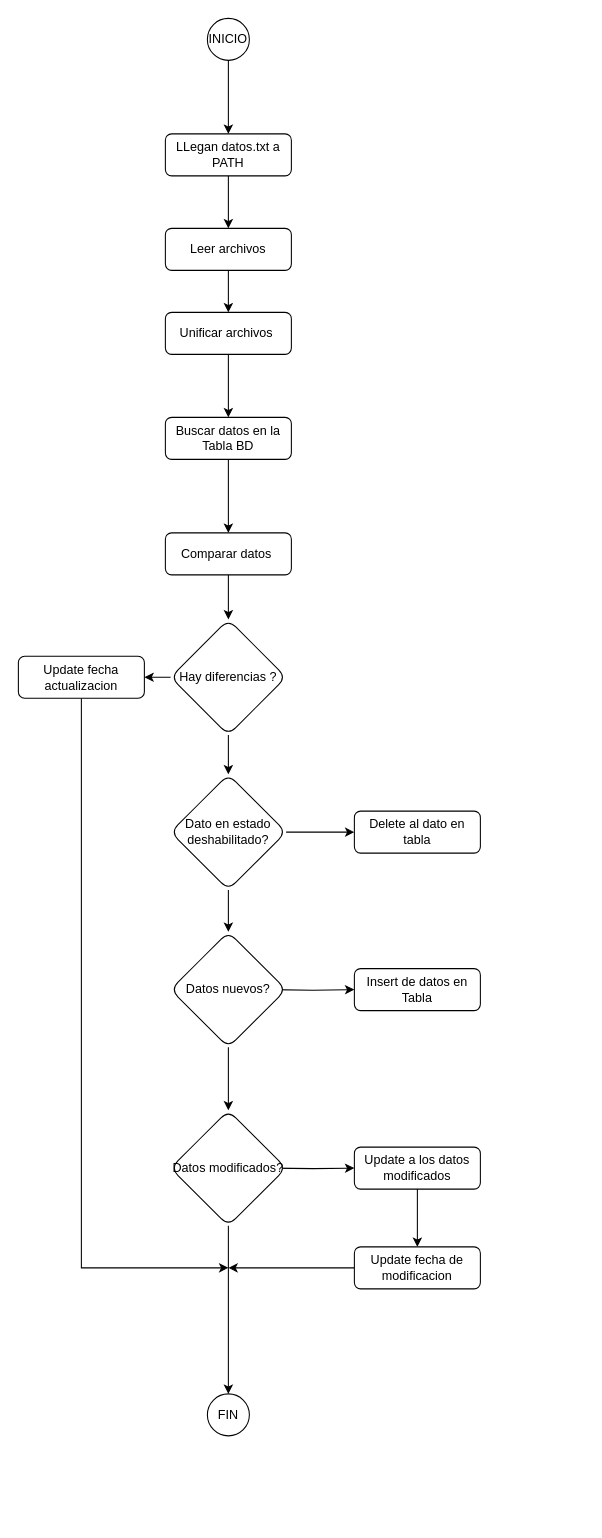
Earlier version of the draw.io diagram Untitled Diagram.drawio (javaferso/VeticalCare). Source tidied: cells renumbered, new cells numbered last; positions are measured from the earlier drawing's top-left corner, leaving out a move shared by most shapes. Both pictures are drawn from the tidied source at 105%, with x=0, y=0 at pixel (18, 18).
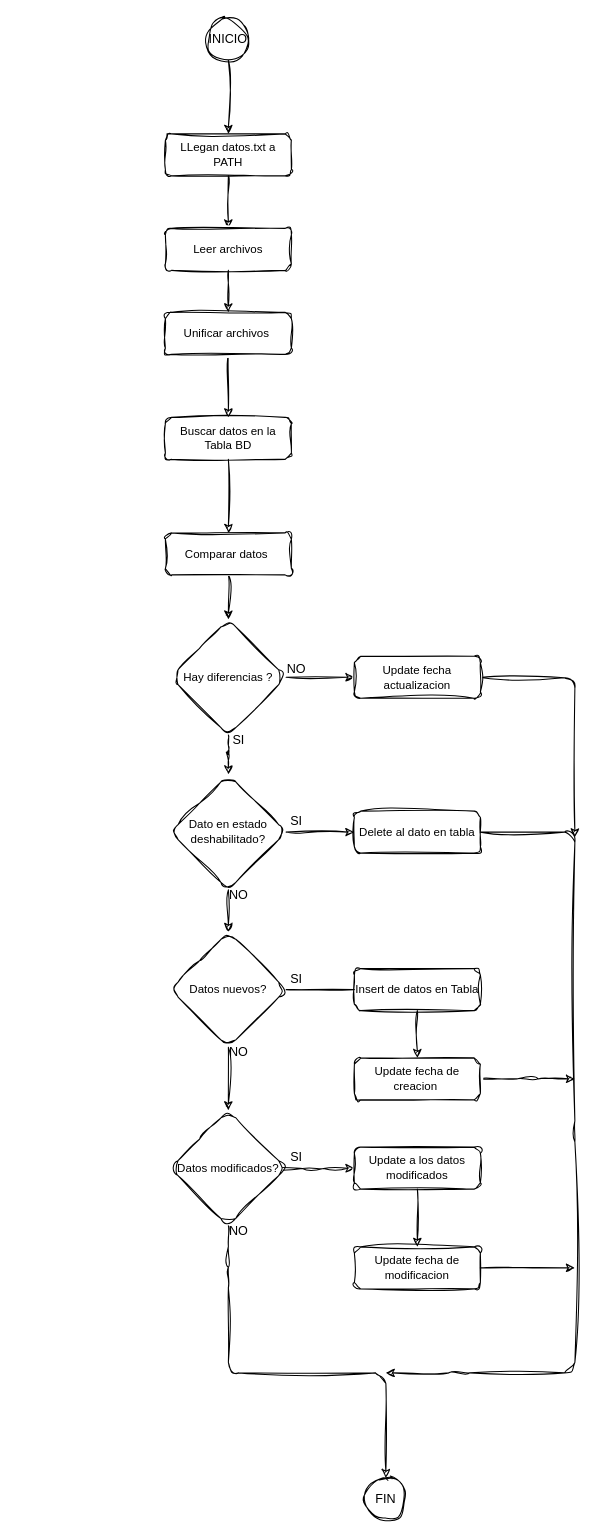
After the change.

What changed in the source:
```diff
@@
-    <mxCell id="2" style="edgeStyle=orthogonalEdgeStyle;rounded=0;jettySize=auto;html=1;labelBackgroundColor=none;fontColor=default;" parent="1" edge="1" source="3" target="5">
+    <mxCell id="2" style="edgeStyle=orthogonalEdgeStyle;rounded=1;jettySize=auto;html=1;labelBackgroundColor=none;fontColor=default;sketch=1;curveFitting=1;jiggle=2;" parent="1" edge="1" source="3" target="5">
       <mxGeometry relative="1" as="geometry" />
     </mxCell>
-    <mxCell id="3" value="LLegan datos.txt a PATH" style="rounded=1;whiteSpace=wrap;html=1;fontSize=12;glass=0;strokeWidth=1;shadow=0;labelBackgroundColor=none;" parent="1" vertex="1">
+    <mxCell id="3" value="LLegan datos.txt a PATH" style="rounded=1;whiteSpace=wrap;html=1;fontSize=11;glass=0;strokeWidth=1;shadow=0;labelBackgroundColor=none;sketch=1;curveFitting=1;jiggle=2;" parent="1" vertex="1">
       <mxGeometry x="140" y="110" width="120" height="40" as="geometry" />
     </mxCell>
-    <mxCell id="4" style="edgeStyle=orthogonalEdgeStyle;rounded=0;jettySize=auto;html=1;labelBackgroundColor=none;fontColor=default;" parent="1" edge="1" source="5" target="9">
+    <mxCell id="4" style="edgeStyle=orthogonalEdgeStyle;rounded=1;jettySize=auto;html=1;labelBackgroundColor=none;fontColor=default;sketch=1;curveFitting=1;jiggle=2;" parent="1" edge="1" source="5" target="9">
       <mxGeometry relative="1" as="geometry" />
     </mxCell>
-    <mxCell id="5" value="Leer archivos" style="rounded=1;whiteSpace=wrap;html=1;fontSize=12;glass=0;strokeWidth=1;shadow=0;labelBackgroundColor=none;" parent="1" vertex="1">
+    <mxCell id="5" value="Leer archivos" style="rounded=1;whiteSpace=wrap;html=1;fontSize=11;glass=0;strokeWidth=1;shadow=0;labelBackgroundColor=none;sketch=1;curveFitting=1;jiggle=2;" parent="1" vertex="1">
       <mxGeometry x="140" y="200" width="120" height="40" as="geometry" />
     </mxCell>
-    <mxCell id="6" style="edgeStyle=orthogonalEdgeStyle;rounded=0;jettySize=auto;html=1;labelBackgroundColor=none;fontColor=default;" parent="1" edge="1" source="7" target="11">
+    <mxCell id="6" style="edgeStyle=orthogonalEdgeStyle;rounded=1;jettySize=auto;html=1;labelBackgroundColor=none;fontColor=default;sketch=1;curveFitting=1;jiggle=2;" parent="1" edge="1" source="7" target="11">
       <mxGeometry relative="1" as="geometry" />
     </mxCell>
-    <mxCell id="7" value="Buscar datos en la Tabla BD" style="rounded=1;whiteSpace=wrap;html=1;fontSize=12;glass=0;strokeWidth=1;shadow=0;labelBackgroundColor=none;" parent="1" vertex="1">
+    <mxCell id="7" value="Buscar datos en la Tabla BD" style="rounded=1;whiteSpace=wrap;html=1;fontSize=11;glass=0;strokeWidth=1;shadow=0;labelBackgroundColor=none;sketch=1;curveFitting=1;jiggle=2;" parent="1" vertex="1">
       <mxGeometry x="140" y="380" width="120" height="40" as="geometry" />
     </mxCell>
-    <mxCell id="8" style="edgeStyle=orthogonalEdgeStyle;rounded=0;jettySize=auto;html=1;entryX=0.5;entryY=0;entryDx=0;entryDy=0;labelBackgroundColor=none;fontColor=default;" parent="1" edge="1" source="9" target="7">
+    <mxCell id="8" style="edgeStyle=orthogonalEdgeStyle;rounded=1;jettySize=auto;html=1;entryX=0.5;entryY=0;entryDx=0;entryDy=0;labelBackgroundColor=none;fontColor=default;sketch=1;curveFitting=1;jiggle=2;" parent="1" edge="1" source="9" target="7">
       <mxGeometry relative="1" as="geometry" />
     </mxCell>
-    <mxCell id="9" value="Unificar archivos&amp;nbsp;" style="rounded=1;whiteSpace=wrap;html=1;fontSize=12;glass=0;strokeWidth=1;shadow=0;labelBackgroundColor=none;" parent="1" vertex="1">
+    <mxCell id="9" value="Unificar archivos&amp;nbsp;" style="rounded=1;whiteSpace=wrap;html=1;fontSize=11;glass=0;strokeWidth=1;shadow=0;labelBackgroundColor=none;sketch=1;curveFitting=1;jiggle=2;" parent="1" vertex="1">
       <mxGeometry x="140" y="280" width="120" height="40" as="geometry" />
     </mxCell>
-    <mxCell id="10" style="edgeStyle=orthogonalEdgeStyle;rounded=0;jettySize=auto;html=1;labelBackgroundColor=none;fontColor=default;" parent="1" edge="1" source="11" target="14">
+    <mxCell id="10" style="edgeStyle=orthogonalEdgeStyle;rounded=1;jettySize=auto;html=1;labelBackgroundColor=none;fontColor=default;sketch=1;curveFitting=1;jiggle=2;" parent="1" edge="1" source="11" target="14">
       <mxGeometry relative="1" as="geometry" />
     </mxCell>
-    <mxCell id="11" value="Comparar datos&amp;nbsp;" style="whiteSpace=wrap;html=1;rounded=1;glass=0;strokeWidth=1;shadow=0;labelBackgroundColor=none;" parent="1" vertex="1">
+    <mxCell id="11" value="Comparar datos&amp;nbsp;" style="whiteSpace=wrap;html=1;rounded=1;glass=0;strokeWidth=1;shadow=0;labelBackgroundColor=none;fontSize=11;sketch=1;curveFitting=1;jiggle=2;" parent="1" vertex="1">
       <mxGeometry x="140" y="490" width="120" height="40" as="geometry" />
     </mxCell>
+    <mxCell id="13" style="edgeStyle=orthogonalEdgeStyle;rounded=1;jettySize=auto;html=1;entryX=0.5;entryY=0;entryDx=0;entryDy=0;sketch=1;curveFitting=1;jiggle=2;labelBackgroundColor=none;fontColor=default;" parent="1" edge="1" source="14" target="17">
+      <mxGeometry relative="1" as="geometry" />
+    </mxCell>
-    <mxCell id="12" style="edgeStyle=orthogonalEdgeStyle;rounded=0;jettySize=auto;html=1;entryX=1;entryY=0.5;entryDx=0;entryDy=0;fontColor=#6666FF;" parent="1" edge="1" source="14" target="27">
+    <mxCell id="12" style="edgeStyle=none;rounded=1;jettySize=auto;html=1;entryX=0;entryY=0.5;entryDx=0;entryDy=0;fontColor=default;sketch=1;curveFitting=1;jiggle=2;labelBackgroundColor=none;" parent="1" edge="1" source="14" target="27">
       <mxGeometry relative="1" as="geometry" />
     </mxCell>
-    <mxCell id="13" style="edgeStyle=orthogonalEdgeStyle;rounded=0;jettySize=auto;html=1;entryX=0.5;entryY=0;entryDx=0;entryDy=0;" parent="1" edge="1" source="14" target="17">
-      <mxGeometry relative="1" as="geometry" />
-    </mxCell>
-    <mxCell id="14" value="Hay diferencias ?" style="rhombus;whiteSpace=wrap;html=1;rounded=1;glass=0;strokeWidth=1;shadow=0;labelBackgroundColor=none;" parent="1" vertex="1">
+    <mxCell id="14" value="Hay diferencias ?" style="rhombus;whiteSpace=wrap;html=1;rounded=1;glass=0;strokeWidth=1;shadow=0;labelBackgroundColor=none;fontSize=11;sketch=1;curveFitting=1;jiggle=2;" parent="1" vertex="1">
       <mxGeometry x="145" y="572.5" width="110" height="110" as="geometry" />
     </mxCell>
-    <mxCell id="15" style="edgeStyle=orthogonalEdgeStyle;rounded=0;jettySize=auto;html=1;labelBackgroundColor=none;fontColor=default;" parent="1" edge="1" source="17" target="18">
+    <mxCell id="15" style="edgeStyle=orthogonalEdgeStyle;rounded=1;jettySize=auto;html=1;labelBackgroundColor=none;fontColor=default;sketch=1;curveFitting=1;jiggle=2;" parent="1" edge="1" source="17" target="18">
       <mxGeometry relative="1" as="geometry" />
     </mxCell>
-    <mxCell id="16" style="edgeStyle=orthogonalEdgeStyle;rounded=0;jettySize=auto;html=1;" parent="1" edge="1" source="17" target="21">
+    <mxCell id="16" style="edgeStyle=orthogonalEdgeStyle;rounded=1;jettySize=auto;html=1;sketch=1;curveFitting=1;jiggle=2;labelBackgroundColor=none;fontColor=default;" parent="1" edge="1" source="17" target="21">
       <mxGeometry relative="1" as="geometry" />
     </mxCell>
-    <mxCell id="17" value="Dato en estado deshabilitado?" style="rhombus;whiteSpace=wrap;html=1;rounded=1;glass=0;strokeWidth=1;shadow=0;labelBackgroundColor=none;" parent="1" vertex="1">
+    <mxCell id="17" value="Dato en estado deshabilitado?" style="rhombus;whiteSpace=wrap;html=1;rounded=1;glass=0;strokeWidth=1;shadow=0;labelBackgroundColor=none;fontSize=11;sketch=1;curveFitting=1;jiggle=2;" parent="1" vertex="1">
       <mxGeometry x="145" y="720" width="110" height="110" as="geometry" />
     </mxCell>
-    <mxCell id="18" value="Delete al dato en tabla" style="rounded=1;whiteSpace=wrap;html=1;glass=0;strokeWidth=1;shadow=0;labelBackgroundColor=none;" parent="1" vertex="1">
+    <mxCell id="18" value="Delete al dato en tabla" style="rounded=1;whiteSpace=wrap;html=1;glass=0;strokeWidth=1;shadow=0;labelBackgroundColor=none;fontSize=11;sketch=1;curveFitting=1;jiggle=2;" parent="1" vertex="1">
       <mxGeometry x="320" y="755" width="120" height="40" as="geometry" />
     </mxCell>
-    <mxCell id="19" style="edgeStyle=orthogonalEdgeStyle;rounded=0;jettySize=auto;html=1;labelBackgroundColor=none;fontColor=default;" parent="1" edge="1" target="22">
-      <mxGeometry relative="1" as="geometry">
-        <mxPoint x="240" y="925" as="sourcePoint" />
-      </mxGeometry>
-    </mxCell>
-    <mxCell id="20" style="edgeStyle=orthogonalEdgeStyle;rounded=0;jettySize=auto;html=1;exitX=0.5;exitY=1;exitDx=0;exitDy=0;entryX=0.5;entryY=0;entryDx=0;entryDy=0;" parent="1" edge="1" source="21" target="30">
+    <mxCell id="20" style="edgeStyle=orthogonalEdgeStyle;rounded=1;jettySize=auto;html=1;exitX=0.5;exitY=1;exitDx=0;exitDy=0;entryX=0.5;entryY=0;entryDx=0;entryDy=0;sketch=1;curveFitting=1;jiggle=2;labelBackgroundColor=none;fontColor=default;" parent="1" edge="1" source="21" target="30">
       <mxGeometry relative="1" as="geometry" />
     </mxCell>
-    <mxCell id="21" value="Datos nuevos?" style="rhombus;whiteSpace=wrap;html=1;rounded=1;glass=0;strokeWidth=1;shadow=0;labelBackgroundColor=none;" parent="1" vertex="1">
+    <mxCell id="21" value="Datos nuevos?" style="rhombus;whiteSpace=wrap;html=1;rounded=1;glass=0;strokeWidth=1;shadow=0;labelBackgroundColor=none;fontSize=11;sketch=1;curveFitting=1;jiggle=2;" parent="1" vertex="1">
       <mxGeometry x="145" y="870" width="110" height="110" as="geometry" />
     </mxCell>
+    <mxCell id="35" style="edgeStyle=none;rounded=1;jettySize=auto;html=1;entryX=0.5;entryY=0;entryDx=0;entryDy=0;fontColor=default;sketch=1;curveFitting=1;jiggle=2;labelBackgroundColor=none;" parent="1" edge="1" source="22" target="41">
+      <mxGeometry relative="1" as="geometry" />
+    </mxCell>
-    <mxCell id="22" value="Insert de datos en Tabla" style="whiteSpace=wrap;html=1;rounded=1;glass=0;strokeWidth=1;shadow=0;labelBackgroundColor=none;fixedWidth=0;" parent="1" vertex="1">
+    <mxCell id="22" value="Insert de datos en Tabla" style="whiteSpace=wrap;html=1;rounded=1;glass=0;strokeWidth=1;shadow=0;labelBackgroundColor=none;fixedWidth=0;fontSize=11;sketch=1;curveFitting=1;jiggle=2;" parent="1" vertex="1">
       <mxGeometry x="320" y="905" width="120" height="40" as="geometry" />
     </mxCell>
-    <mxCell id="23" value="FIN" style="ellipse;whiteSpace=wrap;html=1;rounded=1;glass=0;strokeWidth=1;shadow=0;labelBackgroundColor=none;" parent="1" vertex="1">
-      <mxGeometry x="180" y="1310" width="40" height="40" as="geometry" />
+    <mxCell id="23" value="FIN" style="ellipse;whiteSpace=wrap;html=1;rounded=1;glass=0;strokeWidth=1;shadow=0;labelBackgroundColor=none;sketch=1;curveFitting=1;jiggle=2;" parent="1" vertex="1">
+      <mxGeometry x="330" y="1390" width="40" height="40" as="geometry" />
     </mxCell>
-    <mxCell id="24" style="edgeStyle=orthogonalEdgeStyle;rounded=0;jettySize=auto;html=1;labelBackgroundColor=none;fontColor=default;" parent="1" edge="1" source="25" target="3">
+    <mxCell id="24" style="edgeStyle=orthogonalEdgeStyle;rounded=1;jettySize=auto;html=1;labelBackgroundColor=none;fontColor=default;sketch=1;curveFitting=1;jiggle=2;" parent="1" edge="1" source="25" target="3">
       <mxGeometry relative="1" as="geometry" />
     </mxCell>
-    <mxCell id="25" value="INICIO" style="ellipse;whiteSpace=wrap;html=1;rounded=1;glass=0;strokeWidth=1;shadow=0;labelBackgroundColor=none;" parent="1" vertex="1">
+    <mxCell id="25" value="INICIO" style="ellipse;whiteSpace=wrap;html=1;rounded=1;glass=0;strokeWidth=1;shadow=0;labelBackgroundColor=none;sketch=1;curveFitting=1;jiggle=2;" parent="1" vertex="1">
       <mxGeometry x="180" width="40" height="40" as="geometry" />
     </mxCell>
-    <mxCell id="26" style="edgeStyle=orthogonalEdgeStyle;rounded=0;jettySize=auto;html=1;" parent="1" edge="1" source="27">
-      <mxGeometry relative="1" as="geometry">
-        <mxPoint x="200" y="1190" as="targetPoint" />
-        <Array as="points">
-          <mxPoint x="60" y="1190" />
-          <mxPoint x="200" y="1190" />
-        </Array>
-      </mxGeometry>
-    </mxCell>
+    <mxCell id="36" style="edgeStyle=none;rounded=1;jettySize=auto;html=1;fontColor=default;sketch=1;curveFitting=1;jiggle=2;labelBackgroundColor=none;" parent="1" edge="1" source="27">
+      <mxGeometry relative="1" as="geometry">
+        <mxPoint x="530" y="780" as="targetPoint" />
+        <Array as="points">
+          <mxPoint x="530" y="628" />
+        </Array>
+      </mxGeometry>
+    </mxCell>
-    <mxCell id="27" value="Update fecha actualizacion" style="rounded=1;whiteSpace=wrap;html=1;" parent="1" vertex="1">
-      <mxGeometry y="607.5" width="120" height="40" as="geometry" />
+    <mxCell id="27" value="Update fecha actualizacion" style="rounded=1;whiteSpace=wrap;html=1;fontSize=11;sketch=1;curveFitting=1;jiggle=2;labelBackgroundColor=none;" parent="1" vertex="1">
+      <mxGeometry x="320" y="607.5" width="120" height="40" as="geometry" />
     </mxCell>
-    <mxCell id="28" style="edgeStyle=orthogonalEdgeStyle;rounded=0;jettySize=auto;html=1;entryX=0.5;entryY=0;entryDx=0;entryDy=0;" parent="1" edge="1" source="30" target="23">
-      <mxGeometry relative="1" as="geometry" />
-    </mxCell>
-    <mxCell id="29" style="edgeStyle=orthogonalEdgeStyle;rounded=0;jettySize=auto;html=1;entryX=0;entryY=0.5;entryDx=0;entryDy=0;" parent="1" edge="1" target="32">
+    <mxCell id="29" style="edgeStyle=orthogonalEdgeStyle;rounded=1;jettySize=auto;html=1;entryX=0;entryY=0.5;entryDx=0;entryDy=0;sketch=1;curveFitting=1;jiggle=2;labelBackgroundColor=none;fontColor=default;" parent="1" edge="1" target="32">
       <mxGeometry relative="1" as="geometry">
         <mxPoint x="240" y="1095" as="sourcePoint" />
       </mxGeometry>
     </mxCell>
-    <mxCell id="30" value="Datos modificados?" style="rhombus;whiteSpace=wrap;html=1;rounded=1;glass=0;strokeWidth=1;shadow=0;labelBackgroundColor=none;" parent="1" vertex="1">
+    <mxCell id="30" value="Datos modificados?" style="rhombus;whiteSpace=wrap;html=1;rounded=1;glass=0;strokeWidth=1;shadow=0;labelBackgroundColor=none;fontSize=11;sketch=1;curveFitting=1;jiggle=2;" parent="1" vertex="1">
       <mxGeometry x="145" y="1040" width="110" height="110" as="geometry" />
     </mxCell>
-    <mxCell id="31" style="edgeStyle=orthogonalEdgeStyle;rounded=0;jettySize=auto;html=1;" parent="1" edge="1" source="32" target="34">
+    <mxCell id="31" style="edgeStyle=orthogonalEdgeStyle;rounded=1;jettySize=auto;html=1;sketch=1;curveFitting=1;jiggle=2;labelBackgroundColor=none;fontColor=default;" parent="1" edge="1" source="32" target="34">
       <mxGeometry relative="1" as="geometry" />
     </mxCell>
-    <mxCell id="32" value="Update a los datos modificados" style="rounded=1;whiteSpace=wrap;html=1;" parent="1" vertex="1">
+    <mxCell id="32" value="Update a los datos modificados" style="rounded=1;whiteSpace=wrap;html=1;fontSize=11;sketch=1;curveFitting=1;jiggle=2;labelBackgroundColor=none;" parent="1" vertex="1">
       <mxGeometry x="320" y="1075" width="120" height="40" as="geometry" />
     </mxCell>
-    <mxCell id="33" style="edgeStyle=orthogonalEdgeStyle;rounded=0;jettySize=auto;html=1;" parent="1" edge="1" source="34">
-      <mxGeometry relative="1" as="geometry">
-        <mxPoint x="200" y="1190" as="targetPoint" />
-      </mxGeometry>
-    </mxCell>
+    <mxCell id="37" style="edgeStyle=none;rounded=1;jettySize=auto;html=1;fontColor=default;sketch=1;curveFitting=1;jiggle=2;labelBackgroundColor=none;" parent="1" edge="1" source="34">
+      <mxGeometry relative="1" as="geometry">
+        <mxPoint x="530" y="1190" as="targetPoint" />
+      </mxGeometry>
+    </mxCell>
-    <mxCell id="34" value="Update fecha de modificacion" style="whiteSpace=wrap;html=1;rounded=1;" parent="1" vertex="1">
+    <mxCell id="34" value="Update fecha de modificacion" style="whiteSpace=wrap;html=1;rounded=1;fontSize=11;sketch=1;curveFitting=1;jiggle=2;labelBackgroundColor=none;" parent="1" vertex="1">
       <mxGeometry x="320" y="1170" width="120" height="40" as="geometry" />
     </mxCell>
+    <mxCell id="38" style="edgeStyle=orthogonalEdgeStyle;rounded=1;jettySize=auto;html=1;entryDx=0;entryDy=0;endArrow=none;sketch=1;curveFitting=1;jiggle=2;labelBackgroundColor=none;fontColor=default;" parent="1" edge="1" source="30">
+      <mxGeometry relative="1" as="geometry">
+        <mxPoint x="200" y="1209" as="targetPoint" />
+      </mxGeometry>
+    </mxCell>
+    <mxCell id="39" style="edgeStyle=orthogonalEdgeStyle;rounded=1;jettySize=auto;html=1;fontColor=default;sketch=1;curveFitting=1;jiggle=2;labelBackgroundColor=none;" parent="1" edge="1" target="23">
+      <mxGeometry relative="1" as="geometry">
+        <mxPoint x="200" y="1209" as="sourcePoint" />
+        <Array as="points">
+          <mxPoint x="200" y="1290" />
+          <mxPoint x="350" y="1290" />
+        </Array>
+      </mxGeometry>
+    </mxCell>
+    <mxCell id="40" style="edgeStyle=orthogonalEdgeStyle;rounded=1;jettySize=auto;html=1;fontColor=default;sketch=1;curveFitting=1;jiggle=2;labelBackgroundColor=none;" parent="1" edge="1" source="41">
+      <mxGeometry relative="1" as="geometry">
+        <mxPoint x="530" y="1010" as="targetPoint" />
+      </mxGeometry>
+    </mxCell>
+    <mxCell id="41" value="Update fecha de creacion&lt;span style=&quot;white-space: pre; font-size: 11px;&quot;&gt; &lt;/span&gt;" style="whiteSpace=wrap;html=1;rounded=1;glass=0;strokeWidth=1;shadow=0;labelBackgroundColor=none;fontSize=11;sketch=1;curveFitting=1;jiggle=2;" parent="1" vertex="1">
+      <mxGeometry x="320" y="990" width="120" height="40" as="geometry" />
+    </mxCell>
+    <mxCell id="42" style="endArrow=none;html=1;rounded=1;fontColor=default;exitX=1;exitY=0.5;exitDx=0;exitDy=0;entryX=0;entryY=0.5;entryDx=0;entryDy=0;sketch=1;curveFitting=1;jiggle=2;labelBackgroundColor=none;" parent="1" edge="1" source="21" target="22">
+      <mxGeometry relative="1" as="geometry" />
+    </mxCell>
+    <mxCell id="43" value="NO" style="text;html=1;strokeColor=none;fillColor=none;align=center;verticalAlign=middle;whiteSpace=wrap;rounded=1;sketch=1;curveFitting=1;jiggle=2;labelBackgroundColor=none;" parent="1" vertex="1">
+      <mxGeometry x="255" y="615" width="20" height="10" as="geometry" />
+    </mxCell>
+    <mxCell id="44" value="SI&lt;br&gt;" style="text;html=1;strokeColor=none;fillColor=none;align=center;verticalAlign=middle;whiteSpace=wrap;rounded=1;sketch=1;curveFitting=1;jiggle=2;labelBackgroundColor=none;" parent="1" vertex="1">
+      <mxGeometry x="200" y="682.5" width="20" height="10" as="geometry" />
+    </mxCell>
+    <mxCell id="45" value="SI&lt;br&gt;" style="text;html=1;strokeColor=none;fillColor=none;align=center;verticalAlign=middle;whiteSpace=wrap;rounded=1;sketch=1;curveFitting=1;jiggle=2;labelBackgroundColor=none;" parent="1" vertex="1">
+      <mxGeometry x="255" y="760" width="20" height="10" as="geometry" />
+    </mxCell>
+    <mxCell id="46" value="SI&lt;br&gt;" style="text;html=1;strokeColor=none;fillColor=none;align=center;verticalAlign=middle;whiteSpace=wrap;rounded=1;sketch=1;curveFitting=1;jiggle=2;labelBackgroundColor=none;" parent="1" vertex="1">
+      <mxGeometry x="255" y="910" width="20" height="10" as="geometry" />
+    </mxCell>
+    <mxCell id="47" value="SI&lt;br&gt;" style="text;html=1;strokeColor=none;fillColor=none;align=center;verticalAlign=middle;whiteSpace=wrap;rounded=1;sketch=1;curveFitting=1;jiggle=2;labelBackgroundColor=none;" parent="1" vertex="1">
+      <mxGeometry x="255" y="1080" width="20" height="10" as="geometry" />
+    </mxCell>
+    <mxCell id="48" value="NO" style="text;html=1;strokeColor=none;fillColor=none;align=center;verticalAlign=middle;whiteSpace=wrap;rounded=1;sketch=1;curveFitting=1;jiggle=2;labelBackgroundColor=none;" parent="1" vertex="1">
+      <mxGeometry x="200" y="830" width="20" height="10" as="geometry" />
+    </mxCell>
+    <mxCell id="49" value="NO" style="text;html=1;strokeColor=none;fillColor=none;align=center;verticalAlign=middle;whiteSpace=wrap;rounded=1;sketch=1;curveFitting=1;jiggle=2;labelBackgroundColor=none;" parent="1" vertex="1">
+      <mxGeometry x="200" y="980" width="20" height="10" as="geometry" />
+    </mxCell>
+    <mxCell id="50" value="NO" style="text;html=1;strokeColor=none;fillColor=none;align=center;verticalAlign=middle;whiteSpace=wrap;rounded=1;sketch=1;curveFitting=1;jiggle=2;labelBackgroundColor=none;" parent="1" vertex="1">
+      <mxGeometry x="200" y="1150" width="20" height="10" as="geometry" />
+    </mxCell>
+    <mxCell id="51" style="endArrow=classic;html=1;rounded=1;fontColor=default;exitX=1;exitY=0.5;exitDx=0;exitDy=0;sketch=1;curveFitting=1;jiggle=2;labelBackgroundColor=none;" parent="1" edge="1" source="18">
+      <mxGeometry relative="1" as="geometry">
+        <mxPoint x="350" y="1290" as="targetPoint" />
+        <Array as="points">
+          <mxPoint x="530" y="775" />
+          <mxPoint x="530" y="1060" />
+          <mxPoint x="530" y="1290" />
+          <mxPoint x="420" y="1290" />
+        </Array>
+      </mxGeometry>
+    </mxCell>
```
